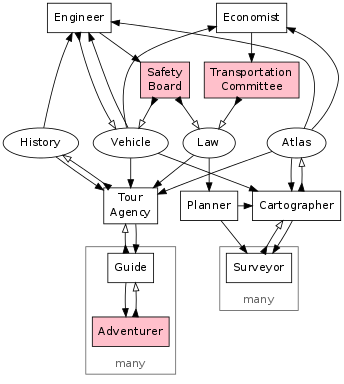
Before: doc/architecture.png, a diagram exported from Graphviz (fritzo/pomagma). Its source is kept beside it as doc/architecture.dot.
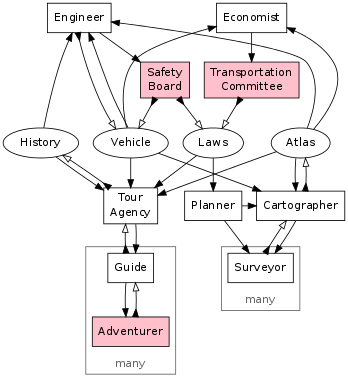
After the commit.

Change to the diagram source:
```diff
@@ -16,7 +16,7 @@
 	{
 		node [shape=ellipse];
 		Vehicle;
-		Law;
+		Laws;
 		Atlas;
 		History;
 	}
@@ -47,13 +47,13 @@
 	}
 
 	{ rank="min"; Engineer; Economist; }
-	{ rank="same"; Vehicle; Law; Atlas; History; }
+	{ rank="same"; Vehicle; Laws; Atlas; History; }
 	{ rank="same"; Cartographer; Planner; TourAgency; }
 	{ rank="max"; Adventurer; }
 
 
 	edge [dir=forward arrowhead=normal]; // pull
-	Law -> Planner;
+	Laws -> Planner;
 	Planner -> Surveyor;
 	Planner -> Cartographer;
 
@@ -66,7 +66,7 @@
 	Cartographer -> Atlas;
 
 	edge [dir=forward arrowhead=normal]; // pull
-	Law -> TourAgency;
+	Laws -> TourAgency;
 	Atlas -> TourAgency;
 	Vehicle -> TourAgency;
 	TourAgency -> Guide;
@@ -85,12 +85,12 @@
 	edge [dir=both arrowtail=inv arrowhead=empty]; // push
 	Engineer -> Vehicle;
 	SafetyBoard -> Vehicle;
-	SafetyBoard -> Law;
+	SafetyBoard -> Laws;
 
 	edge [dir=forward arrowhead=normal]; // pull
 	Atlas -> Economist;
 	Vehicle ->  Economist;
 	Economist -> Committee;
 	edge [dir=both arrowtail=inv arrowhead=empty]; // push
-	Committee -> Law;
+	Committee -> Laws;
 }
```
